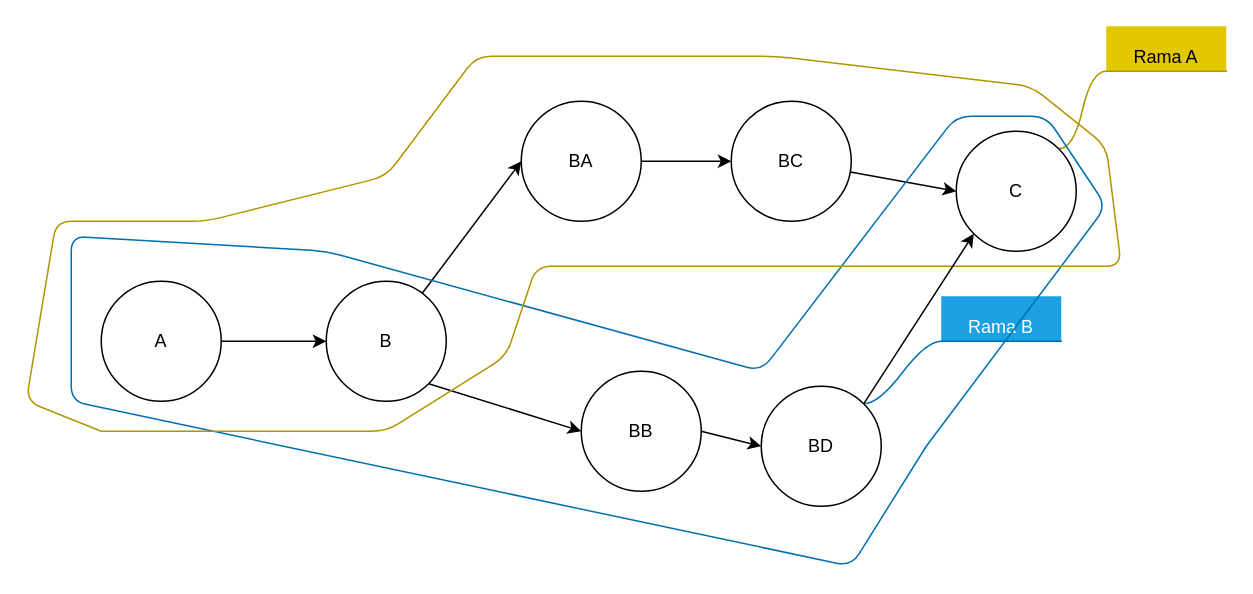
The draw.io diagram page "2" (2 of 3) of diagramas/merge.drawio in Calcoph/aprende-git, before the edit. Source tidied: cells renumbered, new cells numbered last; positions are measured from the earlier drawing's top-left corner, leaving out a move shared by most shapes. Both pictures are drawn from the tidied source at 150%, with x=0, y=0 at pixel (26, 26).
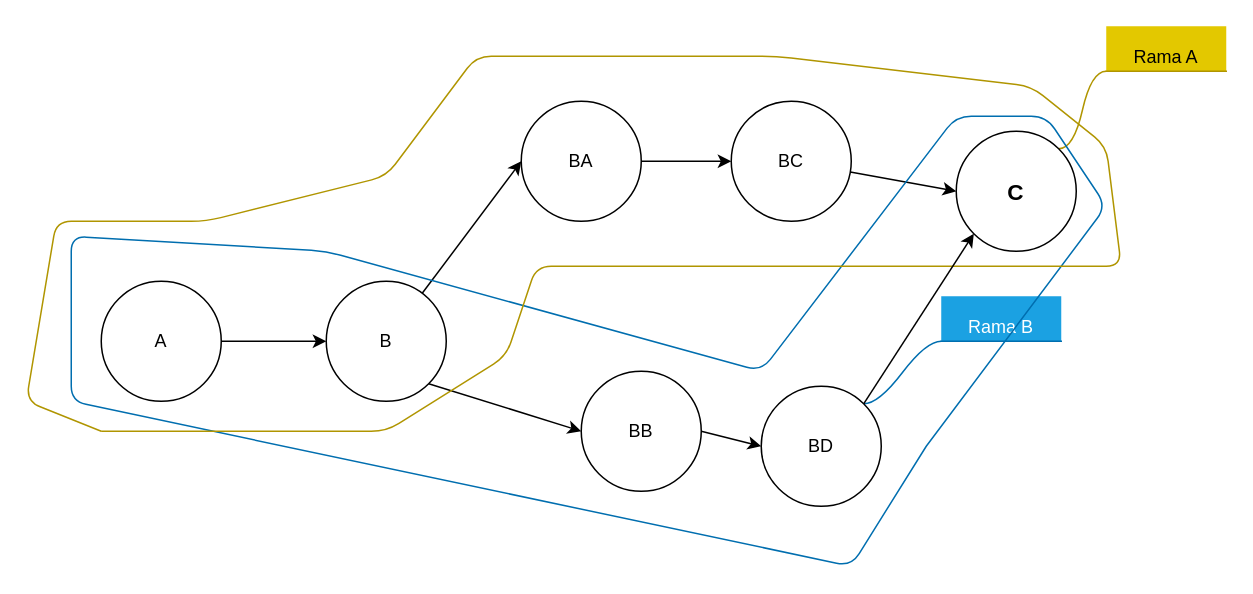
After the change.

The edit, as a diff of the source:
```diff
@@
-    <mxCell id="21" value="C" style="ellipse;whiteSpace=wrap;html=1;" parent="1" vertex="1">
+    <mxCell id="21" value="C" style="ellipse;whiteSpace=wrap;html=1;fontStyle=1;fontSize=15;" parent="1" vertex="1">
       <mxGeometry x="620" y="70" width="80" height="80" as="geometry" />
     </mxCell>
```
